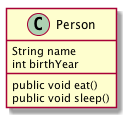
Earlier version of the PlantUML export assets/images/uml/oop/object.png (lyhcode/oosad). Its diagram source:
```plantuml
@startuml
Class Person {
    String name
    int birthYear

    public void eat()
    public void sleep()
}
@enduml
```
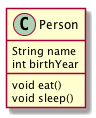
Later version of the same file.

Diff of the diagram source:
```diff
@@ -3,7 +3,7 @@
     String name
     int birthYear
 
-    public void eat()
-    public void sleep()
+    void eat()
+    void sleep()
 }
 @enduml
```
